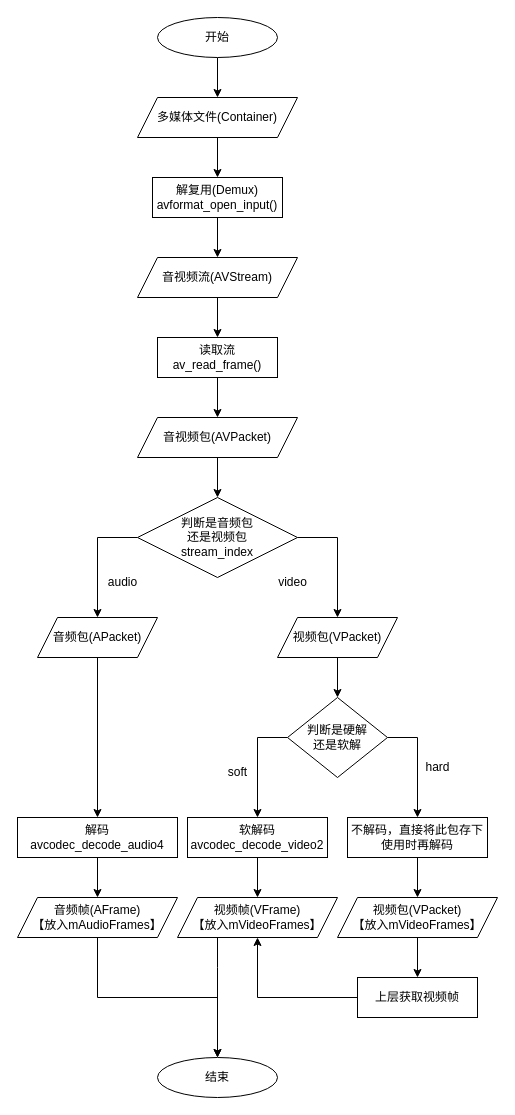
Before: 播放器解码流程图PC.drawio in XuLongfei-6/UML, a draw.io diagram. Source tidied: cells renumbered, new cells numbered last; positions are measured from the earlier drawing's top-left corner, leaving out a move shared by most shapes. Both pictures are drawn from the tidied source at 100%, with x=0, y=0 at pixel (17, 17).
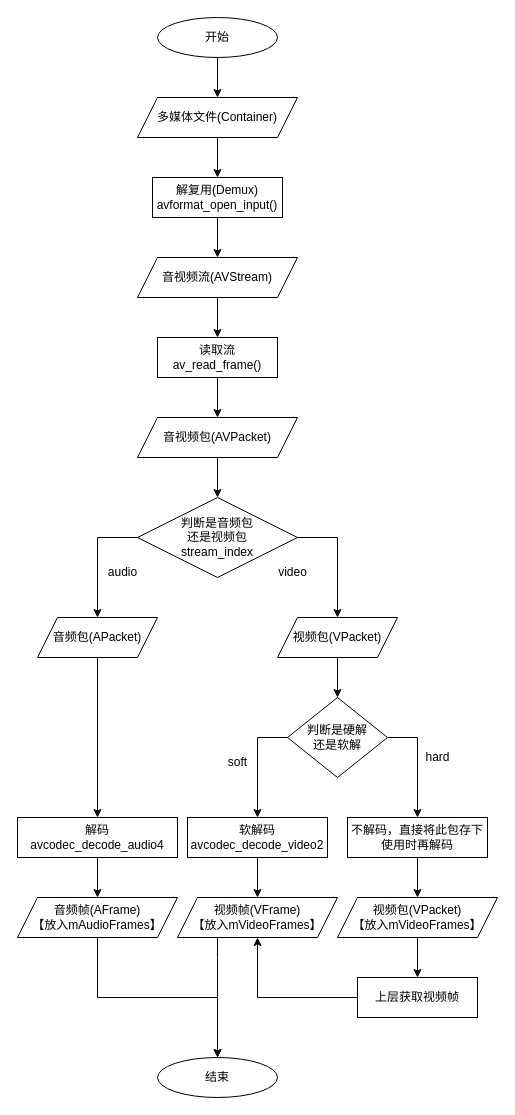
The same diagram, later.

Commit message:
更新播放器解码流程图PC.drawio

The change refers to these unchanged cells:
```xml
<mxCell id="21" value="音频帧(AFrame)&lt;br&gt;【放入mAudioFrames】" style="shape=parallelogram;perimeter=parallelogramPerimeter;whiteSpace=wrap;html=1;fixedSize=1;" parent="1" vertex="1">
  <mxGeometry y="880" width="160" height="40" as="geometry" />
</mxCell>
<mxCell id="33" value="视频帧(VFrame)&lt;br&gt;【放入mVideoFrames】" style="shape=parallelogram;perimeter=parallelogramPerimeter;whiteSpace=wrap;html=1;fixedSize=1;" parent="1" vertex="1">
  <mxGeometry x="160" y="880" width="160" height="40" as="geometry" />
</mxCell>
<mxCell id="39" value="开始" style="ellipse;whiteSpace=wrap;html=1;" parent="1" vertex="1">
  <mxGeometry x="140" width="120" height="40" as="geometry" />
</mxCell>
<mxCell id="40" value="结束" style="ellipse;whiteSpace=wrap;html=1;" parent="1" vertex="1">
  <mxGeometry x="140" y="1040" width="120" height="40" as="geometry" />
</mxCell>
<mxCell id="41" value="多媒体文件(Container)" style="shape=parallelogram;perimeter=parallelogramPerimeter;whiteSpace=wrap;html=1;fixedSize=1;" parent="1" vertex="1">
  <mxGeometry x="120" y="80" width="160" height="40" as="geometry" />
</mxCell>
```

The edit, as a diff of the source:
```diff
@@
     <mxCell id="20" style="edgeStyle=orthogonalEdgeStyle;rounded=0;jettySize=auto;html=1;entryX=0.5;entryY=0;entryDx=0;entryDy=0;" parent="1" edge="1" source="21" target="40">
-      <mxGeometry relative="1" as="geometry" />
+      <mxGeometry relative="1" as="geometry">
+        <Array as="points">
+          <mxPoint x="80" y="980" />
+          <mxPoint x="200" y="980" />
+        </Array>
+      </mxGeometry>
     </mxCell>
@@
     <mxCell id="22" value="audio" style="text;html=1;align=center;verticalAlign=middle;strokeColor=none;fillColor=none;" parent="1" vertex="1">
-      <mxGeometry x="80" y="550" width="50" height="30" as="geometry" />
+      <mxGeometry x="80" y="540" width="50" height="30" as="geometry" />
     </mxCell>
     <mxCell id="23" value="video" style="text;html=1;align=center;verticalAlign=middle;strokeColor=none;fillColor=none;" parent="1" vertex="1">
-      <mxGeometry x="250" y="550" width="50" height="30" as="geometry" />
+      <mxGeometry x="250" y="540" width="50" height="30" as="geometry" />
     </mxCell>
@@
     <mxCell id="31" value="soft" style="text;html=1;align=center;verticalAlign=middle;strokeColor=none;fillColor=none;" parent="1" vertex="1">
-      <mxGeometry x="200" y="740" width="40" height="30" as="geometry" />
+      <mxGeometry x="200" y="730" width="40" height="30" as="geometry" />
     </mxCell>
     <mxCell id="32" style="edgeStyle=orthogonalEdgeStyle;rounded=0;jettySize=auto;html=1;entryX=0.5;entryY=0;entryDx=0;entryDy=0;" parent="1" edge="1" source="33" target="40">
       <mxGeometry relative="1" as="geometry">
         <Array as="points">
-          <mxPoint x="200" y="950" />
-          <mxPoint x="200" y="950" />
+          <mxPoint x="200" y="940" />
+          <mxPoint x="200" y="940" />
         </Array>
       </mxGeometry>
     </mxCell>
@@
-    <mxCell id="38" style="edgeStyle=orthogonalEdgeStyle;rounded=0;jettySize=auto;html=1;entryX=0.5;entryY=0;entryDx=0;entryDy=0;" parent="1" edge="1" source="39" target="41">
+    <mxCell id="38" style="edgeStyle=orthogonalEdgeStyle;rounded=0;jettySize=auto;html=1;entryX=0.5;entryY=0;entryDx=0;entryDy=0;exitX=0.5;exitY=1;exitDx=0;exitDy=0;" parent="1" edge="1" source="39" target="41">
       <mxGeometry relative="1" as="geometry" />
     </mxCell>
@@
     <mxCell id="42" value="hard" style="text;html=1;align=center;verticalAlign=middle;strokeColor=none;fillColor=none;" parent="1" vertex="1">
-      <mxGeometry x="395" y="735" width="50" height="30" as="geometry" />
+      <mxGeometry x="395" y="725" width="50" height="30" as="geometry" />
     </mxCell>
```
